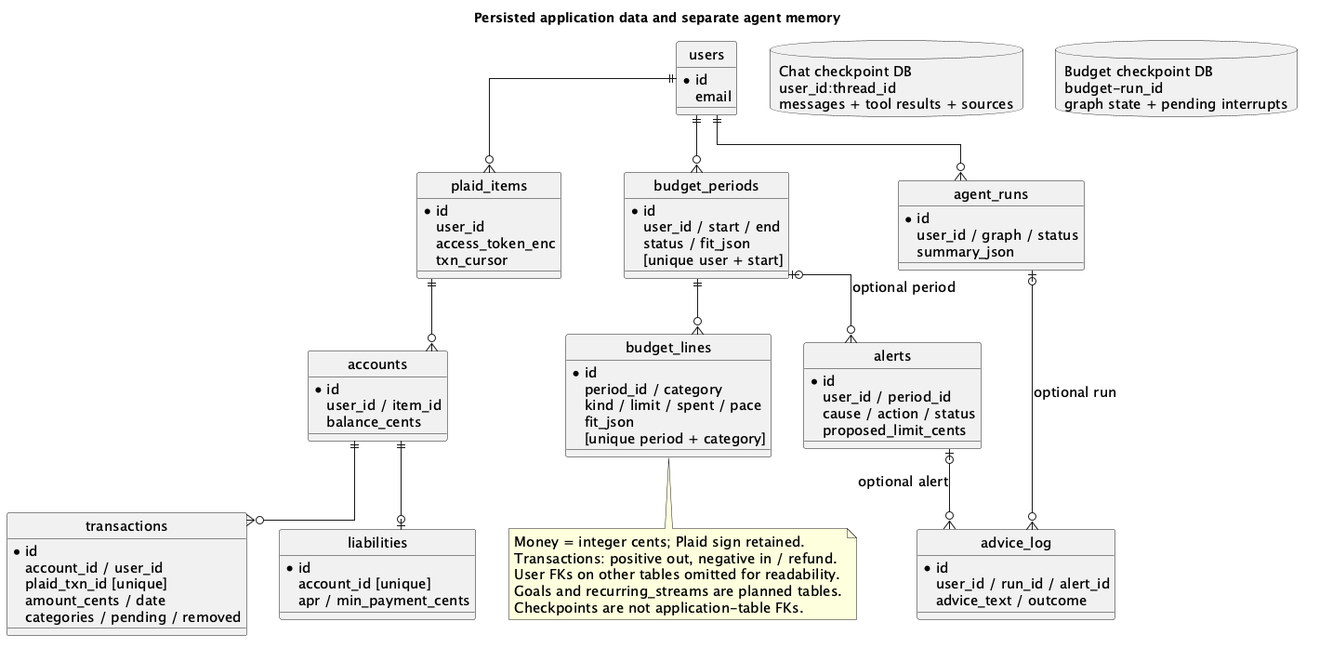
Earlier version of the PlantUML export docs/diagrams/data-model.png (Del0m/Agentic-Financial-Dashboard).
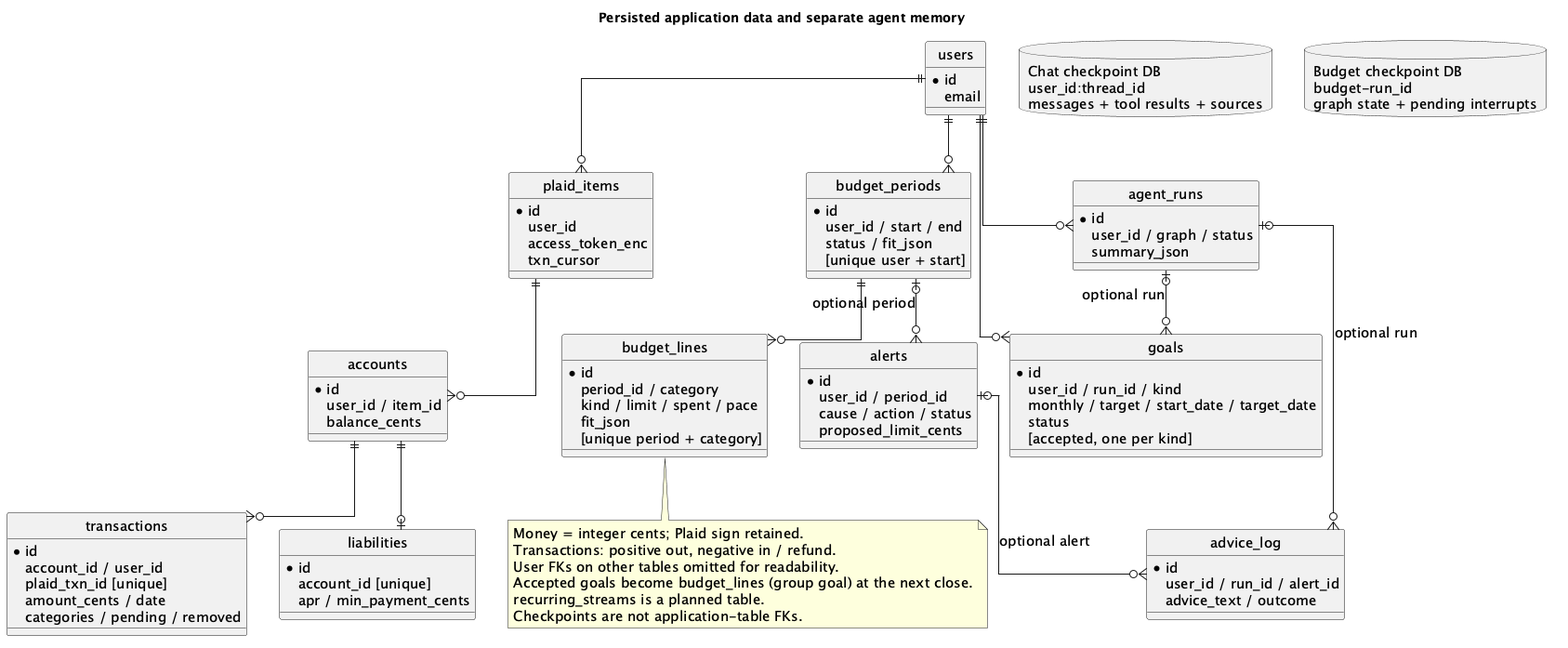
Later version of the same file.

Diff of the diagram source:
```diff
@@ -46,6 +46,13 @@
   fit_json
   [unique period + category]
 }
+entity goals {
+  * id
+  user_id / run_id / kind
+  monthly / target / start_date / target_date
+  status
+  [accepted, one per kind]
+}
 entity alerts {
   * id
   user_id / period_id
@@ -72,13 +79,16 @@
 budget_periods ||--o{ budget_lines
 budget_periods |o--o{ alerts : optional period
 users ||--o{ agent_runs
+users ||--o{ goals
+agent_runs |o--o{ goals : optional run
 agent_runs |o--o{ advice_log : optional run
 alerts |o--o{ advice_log : optional alert
 note bottom of budget_lines
 Money = integer cents; Plaid sign retained.
 Transactions: positive out, negative in / refund.
 User FKs on other tables omitted for readability.
-Goals and recurring_streams are planned tables.
+Accepted goals become budget_lines (group goal) at the next close.
+recurring_streams is a planned table.
 Checkpoints are not application-table FKs.
 end note
 @enduml
```
